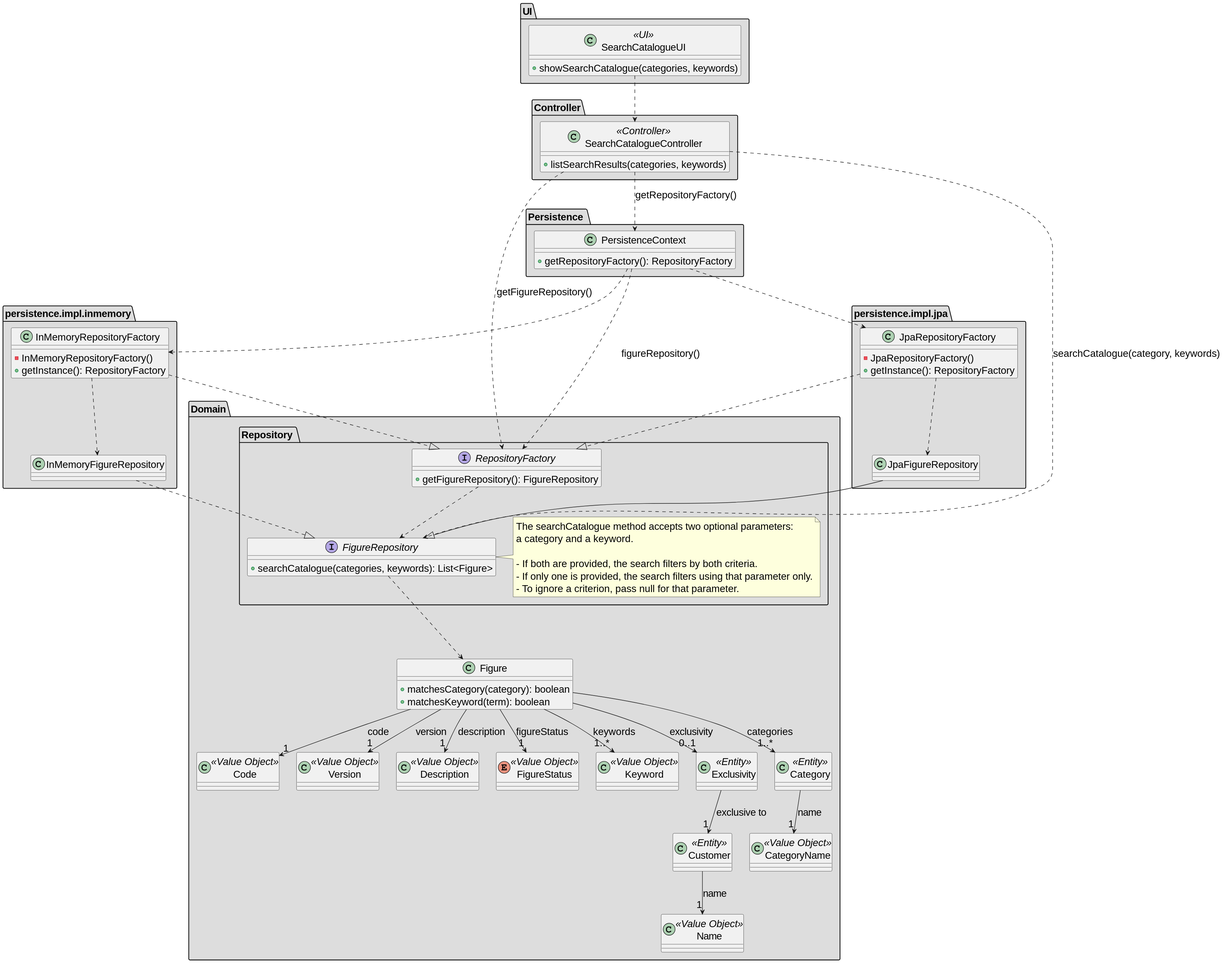
diogoveirospro/sem4pi-2024-2025-sem4pi_2024_2025_g44 keeps this PlantUML diagram as docs/SPRINT_2/US232/images/class_diagram_us232.svg. Above is the earlier version.
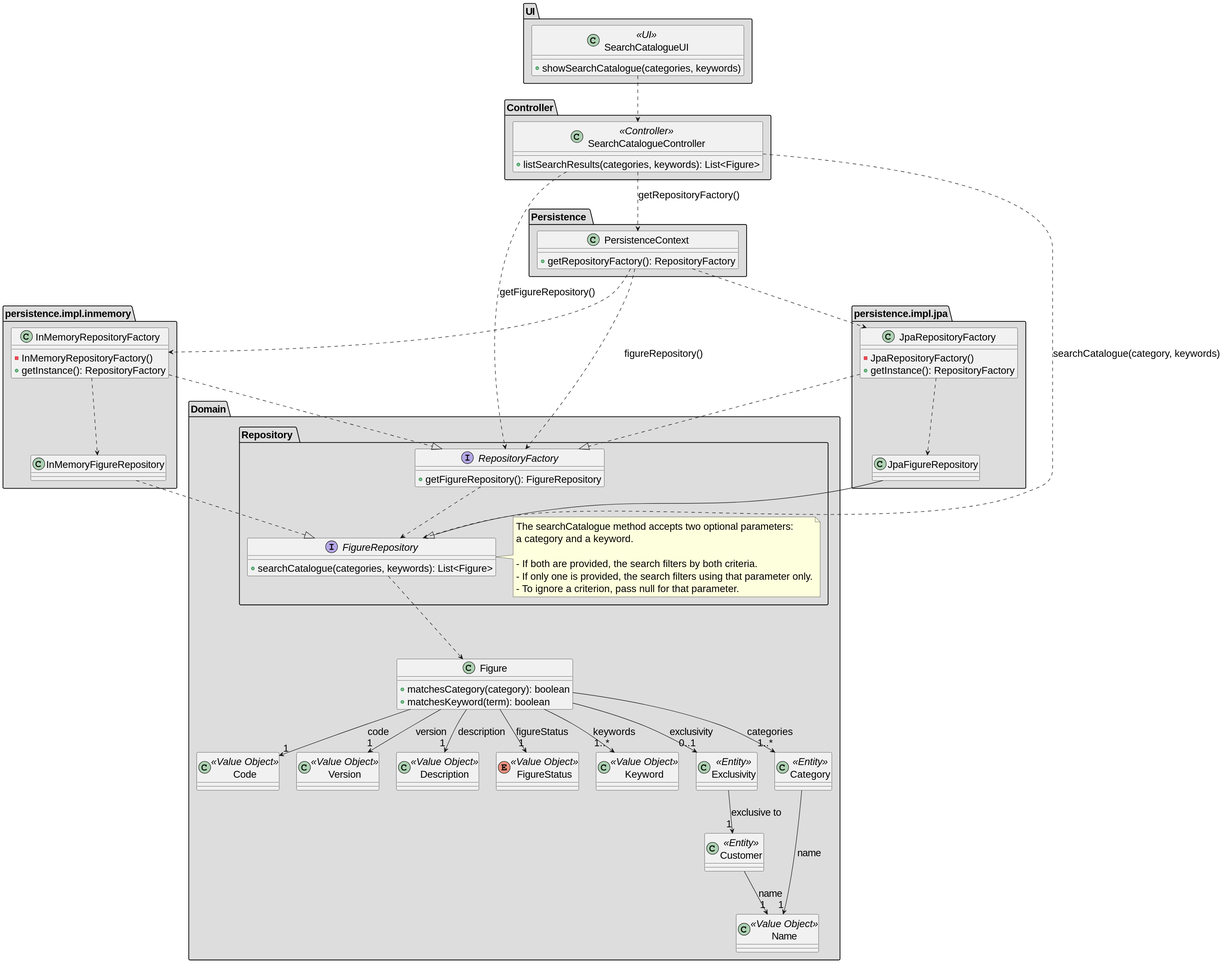
After the commit.

Change to the diagram source:
```diff
@@ -79,9 +79,6 @@
     class Category <<Entity>>{
     }
 
-    class CategoryName <<Value Object>>{
-    }
-
     class Customer <<Entity>>{
     }
 
@@ -98,7 +95,7 @@
 
 package "Controller" #DDDDDD {
     class SearchCatalogueController <<Controller>> {
-        + listSearchResults(categories, keywords)
+        + listSearchResults(categories, keywords): List<Figure>
     }
 }
 
@@ -133,7 +130,7 @@
     Figure --> "1..*" Category: categories
     Figure --> "0..1" Exclusivity: exclusivity
 
-    Category --> "1" CategoryName: name
+    Category --> "1" Name: name
 
     Exclusivity --> "1" Customer: exclusive to
 
```
